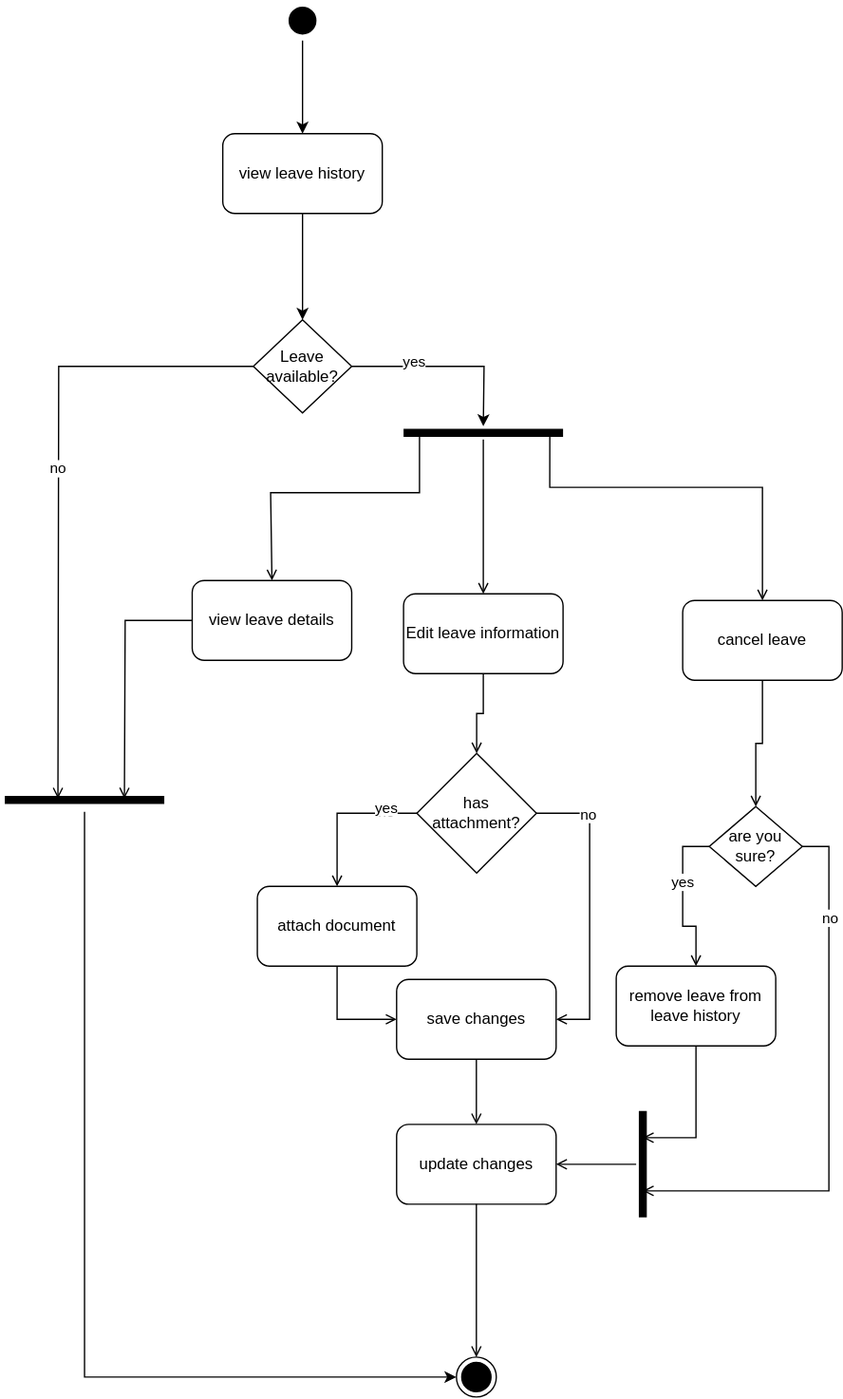
Before: Activity Diagram/Leave History_ActivityDiagram.drawio.svg, a diagram exported from draw.io (tshegofatso-motlhakane/LeaveManagement--Documentation). Source tidied: cells renumbered, new cells last; positions are measured from the earlier drawing's top-left corner, leaving out a move shared by most shapes.
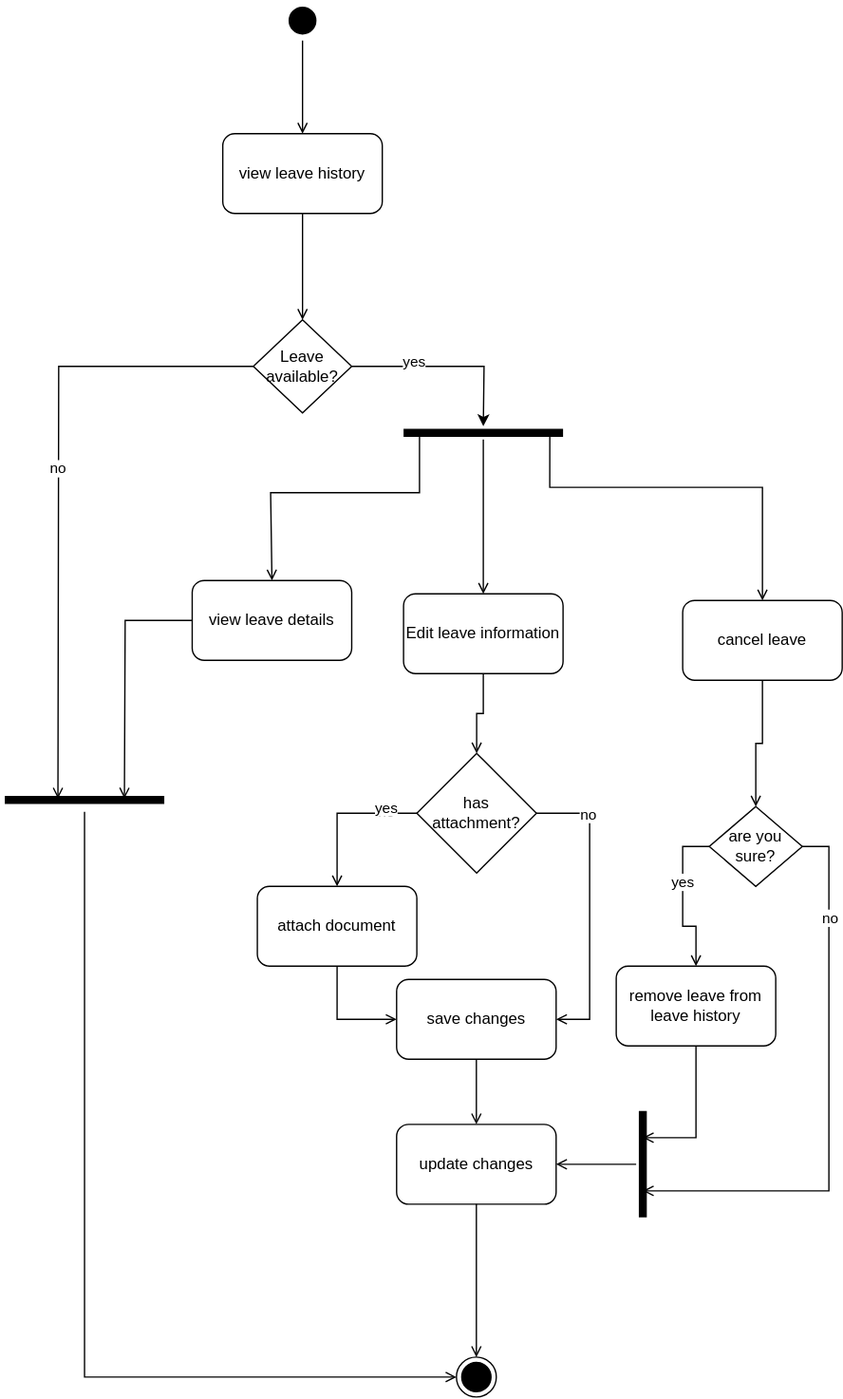
Above is the later version.

Commit message:
update the leave history activity

Diff of the diagram source:
```diff
@@ -2,13 +2,13 @@
   <root>
     <mxCell id="0" />
     <mxCell id="1" parent="0" />
-    <mxCell id="2" style="edgeStyle=orthogonalEdgeStyle;rounded=0;jettySize=auto;html=1;exitX=0.5;exitY=1;exitDx=0;exitDy=0;entryX=0.5;entryY=0;entryDx=0;entryDy=0;" parent="1" edge="1" source="3" target="5">
+    <mxCell id="2" style="edgeStyle=orthogonalEdgeStyle;rounded=0;jettySize=auto;html=1;exitX=0.5;exitY=1;exitDx=0;exitDy=0;entryX=0.5;entryY=0;entryDx=0;entryDy=0;endArrow=open;endFill=0;" parent="1" edge="1" source="3" target="5">
       <mxGeometry relative="1" as="geometry" />
     </mxCell>
     <mxCell id="3" style="ellipse;html=1;shape=startState;fillColor=#000000;strokeColor=#FFFFFF;" parent="1" vertex="1">
       <mxGeometry x="209" width="30" height="30" as="geometry" />
     </mxCell>
-    <mxCell id="4" style="edgeStyle=orthogonalEdgeStyle;rounded=0;jettySize=auto;html=1;exitX=0.5;exitY=1;exitDx=0;exitDy=0;entryX=0.5;entryY=0;entryDx=0;entryDy=0;" parent="1" edge="1" source="5" target="10">
+    <mxCell id="4" style="edgeStyle=orthogonalEdgeStyle;rounded=0;jettySize=auto;html=1;exitX=0.5;exitY=1;exitDx=0;exitDy=0;entryX=0.5;entryY=0;entryDx=0;entryDy=0;endArrow=open;endFill=0;" parent="1" edge="1" source="5" target="10">
       <mxGeometry relative="1" as="geometry" />
     </mxCell>
     <mxCell id="5" value="view leave history" style="rounded=1;whiteSpace=wrap;html=1;" parent="1" vertex="1">
@@ -155,7 +155,7 @@
     <mxCell id="42" style="endArrow=open;html=1;rounded=0;entryX=1;entryY=0.5;entryDx=0;entryDy=0;endFill=0;" parent="1" edge="1" source="41" target="38">
       <mxGeometry relative="1" as="geometry" />
     </mxCell>
-    <mxCell id="43" style="endArrow=classic;html=1;rounded=0;entryX=0;entryY=0.5;entryDx=0;entryDy=0;endFill=1;" parent="1" edge="1" target="39">
+    <mxCell id="43" style="endArrow=open;html=1;rounded=0;entryX=0;entryY=0.5;entryDx=0;entryDy=0;endFill=0;" parent="1" edge="1" target="39">
       <mxGeometry relative="1" as="geometry">
         <mxPoint x="60" y="610" as="sourcePoint" />
         <Array as="points">
```
